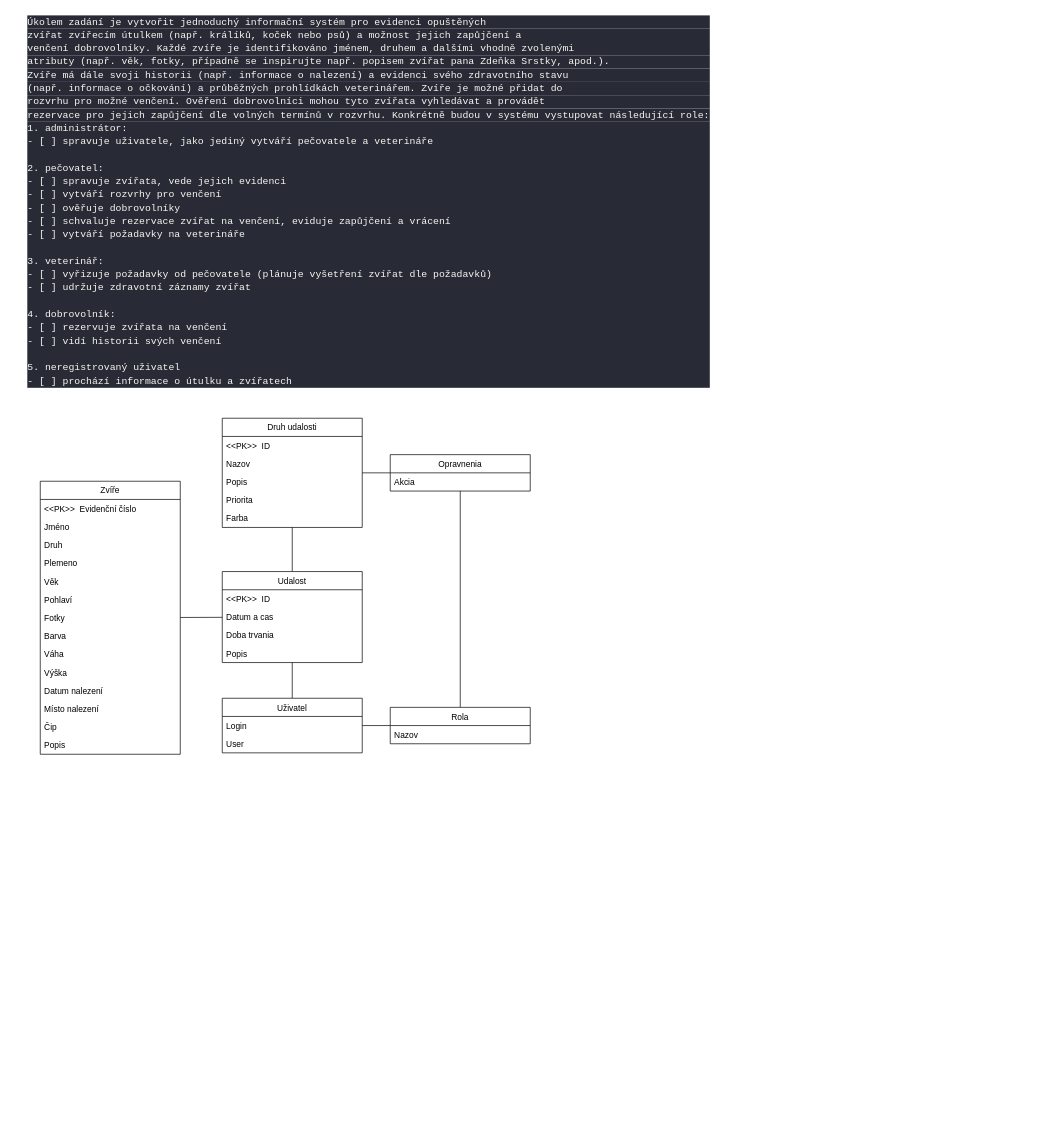
solumath/IIS-Zvireci-utulek keeps this draw.io diagram as db.drawio. Above is the earlier version. Source tidied: cells renumbered, new cells numbered last; positions are measured from the earlier drawing's top-left corner, leaving out a move shared by most shapes. Both pictures are drawn from the tidied source at 70%, with x=0, y=0 at pixel (26, 12).
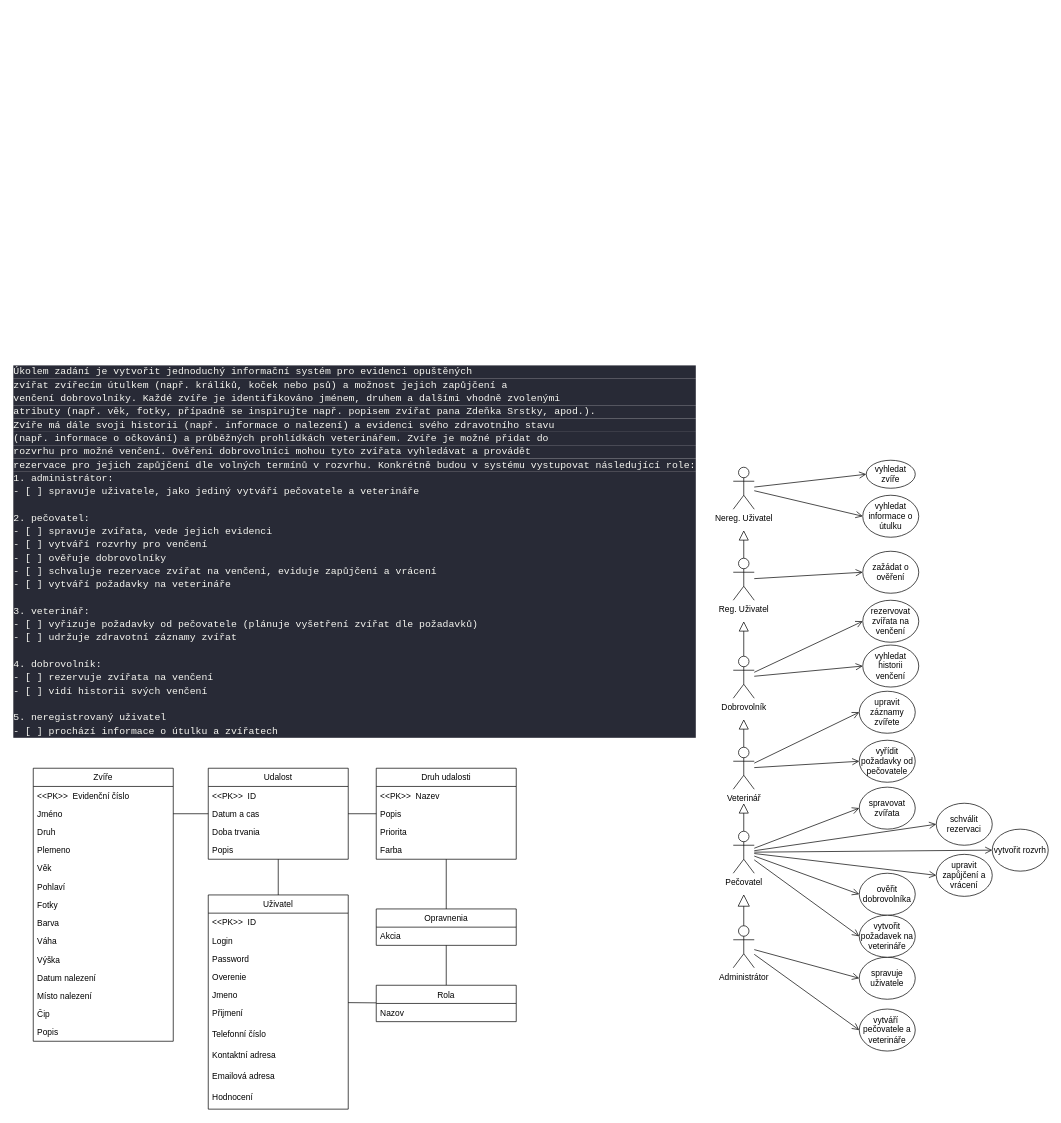
After the change.

Commit message:
add use case, edit ER

The change refers to these unchanged cells:
```xml
<mxCell id="5" value="Jméno" style="text;strokeColor=none;fillColor=none;align=left;verticalAlign=top;spacingLeft=4;spacingRight=4;overflow=hidden;points=[[0,0.5],[1,0.5]];portConstraint=eastwest;" parent="3" vertex="1">
  <mxGeometry y="52" width="200" height="26" as="geometry" />
</mxCell>
```

Change to the diagram source:
```diff
@@
     <mxCell id="2" value="&lt;div style=&quot;color: rgb(248 , 248 , 242) ; background-color: rgb(40 , 42 , 54) ; font-family: &amp;#34;consolas&amp;#34; , &amp;#34;courier new&amp;#34; , monospace , &amp;#34;droid sans mono&amp;#34; , &amp;#34;monospace&amp;#34; , monospace ; font-size: 14px ; line-height: 19px&quot;&gt;Úkolem zadání je vytvořit jednoduchý informační systém pro evidenci opuštěných&amp;nbsp;&lt;/div&gt;&lt;div style=&quot;color: rgb(248 , 248 , 242) ; background-color: rgb(40 , 42 , 54) ; font-family: &amp;#34;consolas&amp;#34; , &amp;#34;courier new&amp;#34; , monospace , &amp;#34;droid sans mono&amp;#34; , &amp;#34;monospace&amp;#34; , monospace ; font-size: 14px ; line-height: 19px&quot;&gt;zvířat zvířecím útulkem (např. králíků, koček nebo psů) a možnost jejich zapůjčení a&amp;nbsp;&lt;/div&gt;&lt;div style=&quot;color: rgb(248 , 248 , 242) ; background-color: rgb(40 , 42 , 54) ; font-family: &amp;#34;consolas&amp;#34; , &amp;#34;courier new&amp;#34; , monospace , &amp;#34;droid sans mono&amp;#34; , &amp;#34;monospace&amp;#34; , monospace ; font-size: 14px ; line-height: 19px&quot;&gt;venčení dobrovolníky. Každé zvíře je identifikováno jménem, druhem a dalšími vhodně zvolenými&amp;nbsp;&lt;/div&gt;&lt;div style=&quot;color: rgb(248 , 248 , 242) ; background-color: rgb(40 , 42 , 54) ; font-family: &amp;#34;consolas&amp;#34; , &amp;#34;courier new&amp;#34; , monospace , &amp;#34;droid sans mono&amp;#34; , &amp;#34;monospace&amp;#34; , monospace ; font-size: 14px ; line-height: 19px&quot;&gt;atributy (např. věk, fotky, případně se inspirujte např. popisem zvířat pana Zdeňka Srstky, apod.).&amp;nbsp;&lt;/div&gt;&lt;div style=&quot;color: rgb(248 , 248 , 242) ; background-color: rgb(40 , 42 , 54) ; font-family: &amp;#34;consolas&amp;#34; , &amp;#34;courier new&amp;#34; , monospace , &amp;#34;droid sans mono&amp;#34; , &amp;#34;monospace&amp;#34; , monospace ; font-size: 14px ; line-height: 19px&quot;&gt;Zvíře má dále svoji historii (např. informace o nalezení) a evidenci svého zdravotního stavu&amp;nbsp;&lt;/div&gt;&lt;div style=&quot;color: rgb(248 , 248 , 242) ; background-color: rgb(40 , 42 , 54) ; font-family: &amp;#34;consolas&amp;#34; , &amp;#34;courier new&amp;#34; , monospace , &amp;#34;droid sans mono&amp;#34; , &amp;#34;monospace&amp;#34; , monospace ; font-size: 14px ; line-height: 19px&quot;&gt;(např. informace o očkování) a průběžných prohlídkách veterinářem. Zvíře je možné přidat do&amp;nbsp;&lt;/div&gt;&lt;div style=&quot;color: rgb(248 , 248 , 242) ; background-color: rgb(40 , 42 , 54) ; font-family: &amp;#34;consolas&amp;#34; , &amp;#34;courier new&amp;#34; , monospace , &amp;#34;droid sans mono&amp;#34; , &amp;#34;monospace&amp;#34; , monospace ; font-size: 14px ; line-height: 19px&quot;&gt;rozvrhu pro možné venčení. Ověření dobrovolníci mohou tyto zvířata vyhledávat a provádět&amp;nbsp;&lt;/div&gt;&lt;div style=&quot;color: rgb(248 , 248 , 242) ; background-color: rgb(40 , 42 , 54) ; font-family: &amp;#34;consolas&amp;#34; , &amp;#34;courier new&amp;#34; , monospace , &amp;#34;droid sans mono&amp;#34; , &amp;#34;monospace&amp;#34; , monospace ; font-size: 14px ; line-height: 19px&quot;&gt;rezervace pro jejich zapůjčení dle volných termínů v rozvrhu. Konkrétně budou v systému vystupovat následující role:&lt;/div&gt;&lt;div style=&quot;color: rgb(248 , 248 , 242) ; background-color: rgb(40 , 42 , 54) ; font-family: &amp;#34;consolas&amp;#34; , &amp;#34;courier new&amp;#34; , monospace , &amp;#34;droid sans mono&amp;#34; , &amp;#34;monospace&amp;#34; , monospace ; font-size: 14px ; line-height: 19px&quot;&gt;&lt;div style=&quot;font-family: &amp;#34;consolas&amp;#34; , &amp;#34;courier new&amp;#34; , monospace , &amp;#34;droid sans mono&amp;#34; , &amp;#34;monospace&amp;#34; , monospace ; line-height: 19px&quot;&gt;&lt;div&gt;1. administrátor:&lt;/div&gt;&lt;div&gt;    - [ ] spravuje uživatele, jako jediný vytváří pečovatele a veterináře&lt;/div&gt;&lt;br&gt;&lt;div&gt;2. pečovatel:&lt;/div&gt;&lt;div&gt;    - [ ] spravuje zvířata, vede jejich evidenci&lt;/div&gt;&lt;div&gt;    - [ ] vytváří rozvrhy pro venčení&lt;/div&gt;&lt;div&gt;    - [ ] ověřuje dobrovolníky&lt;/div&gt;&lt;div&gt;    - [ ] schvaluje rezervace zvířat na venčení, eviduje zapůjčení a vrácení&lt;/div&gt;&lt;div&gt;    - [ ] vytváří požadavky na veterináře&lt;/div&gt;&lt;br&gt;&lt;div&gt;3. veterinář:&lt;/div&gt;&lt;div&gt;    - [ ] vyřizuje požadavky od pečovatele (plánuje vyšetření zvířat dle požadavků)&lt;/div&gt;&lt;div&gt;    - [ ] udržuje zdravotní záznamy zvířat&lt;/div&gt;&lt;br&gt;&lt;div&gt;4. dobrovolník:&lt;/div&gt;&lt;div&gt;    - [ ] rezervuje zvířata na venčení&lt;/div&gt;&lt;div&gt;    - [ ] vidí historii svých venčení&lt;/div&gt;&lt;br&gt;&lt;div&gt;5. neregistrovaný uživatel&lt;/div&gt;&lt;div&gt;    - [ ] prochází informace o útulku a zvířatech&lt;/div&gt;&lt;/div&gt;&lt;/div&gt;" style="text;html=1;align=left;verticalAlign=middle;strokeColor=none;fillColor=none;" parent="1" vertex="1">
-      <mxGeometry width="910" height="540" as="geometry" />
+      <mxGeometry x="-20" y="500" width="910" height="540" as="geometry" />
     </mxCell>
     <mxCell id="3" value="Zvíře" style="swimlane;fontStyle=0;horizontal=1;startSize=26;" parent="1" vertex="1">
-      <mxGeometry x="20" y="670" width="200" height="390" as="geometry" />
+      <mxGeometry x="10" y="1080" width="200" height="390" as="geometry" />
     </mxCell>
@@
     <mxCell id="20" value="Uživatel" style="swimlane;fontStyle=0;horizontal=1;startSize=26;" parent="1" vertex="1">
-      <mxGeometry x="280" y="980" width="200" height="78" as="geometry" />
+      <mxGeometry x="260" y="1261" width="200" height="306" as="geometry" />
     </mxCell>
+    <mxCell id="46" value="&lt;&lt;PK&gt;&gt;  ID" style="text;strokeColor=none;fillColor=none;align=left;verticalAlign=top;spacingLeft=4;spacingRight=4;overflow=hidden;" parent="20" vertex="1">
+      <mxGeometry y="26" width="200" height="26" as="geometry" />
+    </mxCell>
     <mxCell id="21" value="Login" style="text;strokeColor=none;fillColor=none;align=left;verticalAlign=top;spacingLeft=4;spacingRight=4;overflow=hidden;" parent="20" vertex="1">
-      <mxGeometry y="26" width="200" height="26" as="geometry" />
+      <mxGeometry y="52" width="200" height="26" as="geometry" />
     </mxCell>
-    <mxCell id="22" value="User" style="text;strokeColor=none;fillColor=none;align=left;verticalAlign=top;spacingLeft=4;spacingRight=4;overflow=hidden;" parent="20" vertex="1">
-      <mxGeometry y="52" width="200" height="26" as="geometry" />
+    <mxCell id="22" value="Password" style="text;strokeColor=none;fillColor=none;align=left;verticalAlign=top;spacingLeft=4;spacingRight=4;overflow=hidden;" parent="20" vertex="1">
+      <mxGeometry y="78" width="200" height="26" as="geometry" />
     </mxCell>
+    <mxCell id="47" value="Overenie" style="text;strokeColor=none;fillColor=none;align=left;verticalAlign=top;spacingLeft=4;spacingRight=4;overflow=hidden;" parent="20" vertex="1">
+      <mxGeometry y="104" width="200" height="26" as="geometry" />
+    </mxCell>
+    <mxCell id="48" value="Jmeno" style="text;strokeColor=none;fillColor=none;align=left;verticalAlign=top;spacingLeft=4;spacingRight=4;overflow=hidden;" parent="20" vertex="1">
+      <mxGeometry y="130" width="200" height="26" as="geometry" />
+    </mxCell>
+    <mxCell id="49" value="Přijmení" style="text;strokeColor=none;fillColor=none;align=left;verticalAlign=top;spacingLeft=4;spacingRight=4;overflow=hidden;" parent="20" vertex="1">
+      <mxGeometry y="156" width="200" height="30" as="geometry" />
+    </mxCell>
+    <mxCell id="50" value="Telefonní číslo" style="text;strokeColor=none;fillColor=none;align=left;verticalAlign=top;spacingLeft=4;spacingRight=4;overflow=hidden;" parent="20" vertex="1">
+      <mxGeometry y="186" width="200" height="30" as="geometry" />
+    </mxCell>
+    <mxCell id="51" value="Kontaktní adresa" style="text;strokeColor=none;fillColor=none;align=left;verticalAlign=top;spacingLeft=4;spacingRight=4;overflow=hidden;" parent="20" vertex="1">
+      <mxGeometry y="216" width="200" height="30" as="geometry" />
+    </mxCell>
+    <mxCell id="52" value="Emailová adresa" style="text;strokeColor=none;fillColor=none;align=left;verticalAlign=top;spacingLeft=4;spacingRight=4;overflow=hidden;" parent="20" vertex="1">
+      <mxGeometry y="246" width="200" height="30" as="geometry" />
+    </mxCell>
+    <mxCell id="53" value="Hodnocení" style="text;strokeColor=none;fillColor=none;align=left;verticalAlign=top;spacingLeft=4;spacingRight=4;overflow=hidden;" parent="20" vertex="1">
+      <mxGeometry y="276" width="200" height="30" as="geometry" />
+    </mxCell>
-    <mxCell id="23" style="edgeStyle=none;html=1;endArrow=none;endFill=0;" parent="1" edge="1" source="25" target="3">
+    <mxCell id="23" style="edgeStyle=none;html=1;endArrow=none;endFill=0;entryX=1;entryY=0.5;entryDx=0;entryDy=0;" parent="1" edge="1" source="25" target="5">
       <mxGeometry relative="1" as="geometry" />
     </mxCell>
@@
     <mxCell id="25" value="Udalost" style="swimlane;fontStyle=0;horizontal=1;startSize=26;" parent="1" vertex="1">
-      <mxGeometry x="280" y="799" width="200" height="130" as="geometry" />
+      <mxGeometry x="260" y="1080" width="200" height="130" as="geometry" />
     </mxCell>
@@
     <mxCell id="35" value="Druh udalosti" style="swimlane;fontStyle=0;horizontal=1;startSize=26;" parent="1" vertex="1">
-      <mxGeometry x="280" y="580" width="200" height="156" as="geometry" />
+      <mxGeometry x="500" y="1080" width="200" height="130" as="geometry" />
     </mxCell>
-    <mxCell id="36" value="&lt;&lt;PK&gt;&gt;  ID" style="text;strokeColor=none;fillColor=none;align=left;verticalAlign=top;spacingLeft=4;spacingRight=4;overflow=hidden;" parent="35" vertex="1">
+    <mxCell id="36" value="&lt;&lt;PK&gt;&gt;  Nazev" style="text;strokeColor=none;fillColor=none;align=left;verticalAlign=top;spacingLeft=4;spacingRight=4;overflow=hidden;" parent="35" vertex="1">
       <mxGeometry y="26" width="200" height="26" as="geometry" />
     </mxCell>
-    <mxCell id="37" value="Nazov" style="text;strokeColor=none;fillColor=none;align=left;verticalAlign=top;spacingLeft=4;spacingRight=4;overflow=hidden;" parent="35" vertex="1">
-      <mxGeometry y="52" width="200" height="26" as="geometry" />
-    </mxCell>
     <mxCell id="38" value="Popis" style="text;strokeColor=none;fillColor=none;align=left;verticalAlign=top;spacingLeft=4;spacingRight=4;overflow=hidden;" parent="35" vertex="1">
-      <mxGeometry y="78" width="200" height="26" as="geometry" />
+      <mxGeometry y="52" width="200" height="26" as="geometry" />
     </mxCell>
     <mxCell id="39" value="Priorita" style="text;strokeColor=none;fillColor=none;align=left;verticalAlign=top;spacingLeft=4;spacingRight=4;overflow=hidden;" parent="35" vertex="1">
-      <mxGeometry y="104" width="200" height="26" as="geometry" />
+      <mxGeometry y="78" width="200" height="26" as="geometry" />
     </mxCell>
     <mxCell id="40" value="Farba" style="text;strokeColor=none;fillColor=none;align=left;verticalAlign=top;spacingLeft=4;spacingRight=4;overflow=hidden;" parent="35" vertex="1">
-      <mxGeometry y="130" width="200" height="26" as="geometry" />
+      <mxGeometry y="104" width="200" height="26" as="geometry" />
     </mxCell>
     <mxCell id="41" value="Opravnenia" style="swimlane;fontStyle=0;horizontal=1;startSize=26;" parent="1" vertex="1">
-      <mxGeometry x="520" y="632" width="200" height="52" as="geometry" />
+      <mxGeometry x="500" y="1281" width="200" height="52" as="geometry" />
     </mxCell>
@@
     <mxCell id="44" value="Rola" style="swimlane;fontStyle=0;horizontal=1;startSize=26;" parent="1" vertex="1">
-      <mxGeometry x="520" y="993" width="200" height="52" as="geometry" />
+      <mxGeometry x="500" y="1390" width="200" height="52" as="geometry" />
     </mxCell>
@@
+    <mxCell id="54" style="edgeStyle=none;html=1;entryX=0;entryY=0.5;entryDx=0;entryDy=0;endArrow=open;endFill=0;startSize=15;endSize=8;" parent="1" edge="1" source="56" target="79">
+      <mxGeometry relative="1" as="geometry" />
+    </mxCell>
+    <mxCell id="55" style="edgeStyle=none;html=1;entryX=0;entryY=0.5;entryDx=0;entryDy=0;endArrow=open;endFill=0;startSize=15;endSize=8;" parent="1" edge="1" source="56" target="80">
+      <mxGeometry relative="1" as="geometry" />
+    </mxCell>
+    <mxCell id="56" value="Administrátor" style="shape=umlActor;verticalLabelPosition=bottom;verticalAlign=top;html=1;outlineConnect=0;" parent="1" vertex="1">
+      <mxGeometry x="1010" y="1305" width="30" height="60" as="geometry" />
+    </mxCell>
+    <mxCell id="57" style="edgeStyle=none;html=1;startArrow=block;startFill=0;endArrow=none;endFill=0;startSize=15;endSize=12;strokeWidth=1;" parent="1" edge="1" target="56">
+      <mxGeometry relative="1" as="geometry">
+        <mxPoint x="1025" y="1260" as="sourcePoint" />
+      </mxGeometry>
+    </mxCell>
+    <mxCell id="58" style="edgeStyle=none;html=1;startArrow=none;startFill=0;endArrow=block;endFill=0;startSize=15;endSize=12;strokeWidth=1;" parent="1" edge="1" source="65">
+      <mxGeometry relative="1" as="geometry">
+        <mxPoint x="1025" y="1130" as="targetPoint" />
+      </mxGeometry>
+    </mxCell>
+    <mxCell id="59" style="edgeStyle=none;html=1;entryX=0;entryY=0.5;entryDx=0;entryDy=0;startArrow=none;startFill=0;endArrow=open;endFill=0;startSize=15;endSize=8;strokeWidth=1;" parent="1" edge="1" source="65" target="93">
+      <mxGeometry relative="1" as="geometry" />
+    </mxCell>
+    <mxCell id="60" style="edgeStyle=none;html=1;entryX=0;entryY=0.5;entryDx=0;entryDy=0;startArrow=none;startFill=0;endArrow=open;endFill=0;startSize=15;endSize=8;strokeWidth=1;" parent="1" edge="1" source="65" target="89">
+      <mxGeometry relative="1" as="geometry" />
+    </mxCell>
+    <mxCell id="61" style="edgeStyle=none;html=1;entryX=0;entryY=0.5;entryDx=0;entryDy=0;startArrow=none;startFill=0;endArrow=open;endFill=0;startSize=15;endSize=8;strokeWidth=1;" parent="1" edge="1" source="65" target="90">
+      <mxGeometry relative="1" as="geometry" />
+    </mxCell>
+    <mxCell id="62" style="edgeStyle=none;html=1;entryX=0;entryY=0.5;entryDx=0;entryDy=0;startArrow=none;startFill=0;endArrow=open;endFill=0;startSize=15;endSize=8;strokeWidth=1;" parent="1" edge="1" source="65" target="91">
+      <mxGeometry relative="1" as="geometry" />
+    </mxCell>
+    <mxCell id="63" style="edgeStyle=none;html=1;entryX=0;entryY=0.5;entryDx=0;entryDy=0;startArrow=none;startFill=0;endArrow=open;endFill=0;startSize=15;endSize=8;strokeWidth=1;" parent="1" edge="1" source="65" target="94">
+      <mxGeometry relative="1" as="geometry" />
+    </mxCell>
+    <mxCell id="64" style="edgeStyle=none;html=1;entryX=0;entryY=0.5;entryDx=0;entryDy=0;startArrow=none;startFill=0;endArrow=open;endFill=0;startSize=15;endSize=8;strokeWidth=1;" parent="1" edge="1" source="65" target="92">
+      <mxGeometry relative="1" as="geometry" />
+    </mxCell>
+    <mxCell id="65" value="Pečovatel" style="shape=umlActor;verticalLabelPosition=bottom;verticalAlign=top;html=1;outlineConnect=0;" parent="1" vertex="1">
+      <mxGeometry x="1010" y="1170" width="30" height="60" as="geometry" />
+    </mxCell>
+    <mxCell id="66" style="edgeStyle=none;html=1;startArrow=none;startFill=0;endArrow=block;endFill=0;startSize=15;endSize=12;strokeWidth=1;" parent="1" edge="1" source="69">
+      <mxGeometry relative="1" as="geometry">
+        <mxPoint x="1025" y="1010" as="targetPoint" />
+      </mxGeometry>
+    </mxCell>
+    <mxCell id="67" style="edgeStyle=none;html=1;entryX=0;entryY=0.5;entryDx=0;entryDy=0;startArrow=none;startFill=0;endArrow=open;endFill=0;startSize=15;endSize=8;strokeWidth=1;" parent="1" edge="1" source="69" target="87">
+      <mxGeometry relative="1" as="geometry" />
+    </mxCell>
+    <mxCell id="68" style="edgeStyle=none;html=1;entryX=0;entryY=0.5;entryDx=0;entryDy=0;startArrow=none;startFill=0;endArrow=open;endFill=0;startSize=15;endSize=8;strokeWidth=1;" parent="1" edge="1" source="69" target="88">
+      <mxGeometry relative="1" as="geometry" />
+    </mxCell>
+    <mxCell id="69" value="Veterinář" style="shape=umlActor;verticalLabelPosition=bottom;verticalAlign=top;html=1;outlineConnect=0;" parent="1" vertex="1">
+      <mxGeometry x="1010" y="1050" width="30" height="60" as="geometry" />
+    </mxCell>
+    <mxCell id="70" style="edgeStyle=none;html=1;startArrow=none;startFill=0;endArrow=block;endFill=0;startSize=15;endSize=12;strokeWidth=1;" parent="1" edge="1" source="73">
+      <mxGeometry relative="1" as="geometry">
+        <mxPoint x="1025" y="870" as="targetPoint" />
+      </mxGeometry>
+    </mxCell>
+    <mxCell id="71" style="edgeStyle=none;html=1;entryX=0;entryY=0.5;entryDx=0;entryDy=0;startArrow=none;startFill=0;endArrow=open;endFill=0;startSize=15;endSize=8;strokeWidth=1;" parent="1" edge="1" source="73" target="85">
+      <mxGeometry relative="1" as="geometry" />
+    </mxCell>
+    <mxCell id="72" style="edgeStyle=none;html=1;entryX=0;entryY=0.5;entryDx=0;entryDy=0;startArrow=none;startFill=0;endArrow=open;endFill=0;startSize=15;endSize=8;strokeWidth=1;" parent="1" edge="1" source="73" target="86">
+      <mxGeometry relative="1" as="geometry" />
+    </mxCell>
+    <mxCell id="73" value="Dobrovolník" style="shape=umlActor;verticalLabelPosition=bottom;verticalAlign=top;html=1;outlineConnect=0;" parent="1" vertex="1">
+      <mxGeometry x="1010" y="920" width="30" height="60" as="geometry" />
+    </mxCell>
+    <mxCell id="74" style="edgeStyle=none;html=1;entryX=0;entryY=0.5;entryDx=0;entryDy=0;startArrow=none;startFill=0;endArrow=open;endFill=0;startSize=15;endSize=8;strokeWidth=1;" parent="1" edge="1" source="76" target="77">
+      <mxGeometry relative="1" as="geometry" />
+    </mxCell>
+    <mxCell id="75" style="edgeStyle=none;html=1;entryX=0;entryY=0.5;entryDx=0;entryDy=0;startArrow=none;startFill=0;endArrow=open;endFill=0;startSize=15;endSize=8;strokeWidth=1;" parent="1" edge="1" source="76" target="78">
+      <mxGeometry relative="1" as="geometry" />
+    </mxCell>
+    <mxCell id="76" value="Nereg. Uživatel" style="shape=umlActor;verticalLabelPosition=bottom;verticalAlign=top;html=1;outlineConnect=0;" parent="1" vertex="1">
+      <mxGeometry x="1010" y="650" width="30" height="60" as="geometry" />
+    </mxCell>
+    <mxCell id="77" value="vyhledat zvíře" style="ellipse;whiteSpace=wrap;html=1;" parent="1" vertex="1">
+      <mxGeometry x="1200" y="640" width="70" height="40" as="geometry" />
+    </mxCell>
+    <mxCell id="78" value="vyhledat informace o útulku" style="ellipse;whiteSpace=wrap;html=1;" parent="1" vertex="1">
+      <mxGeometry x="1195" y="690" width="80" height="60" as="geometry" />
+    </mxCell>
+    <mxCell id="79" value="spravuje uživatele" style="ellipse;whiteSpace=wrap;html=1;" parent="1" vertex="1">
+      <mxGeometry x="1190" y="1350" width="80" height="60" as="geometry" />
+    </mxCell>
+    <mxCell id="80" value="vytváří&amp;nbsp; pečovatele a veterináře" style="ellipse;whiteSpace=wrap;html=1;" parent="1" vertex="1">
+      <mxGeometry x="1190" y="1424" width="80" height="60" as="geometry" />
+    </mxCell>
+    <mxCell id="81" style="edgeStyle=none;html=1;startArrow=none;startFill=0;endArrow=block;endFill=0;startSize=15;endSize=12;strokeWidth=1;" parent="1" edge="1" source="83">
+      <mxGeometry relative="1" as="geometry">
+        <mxPoint x="1025" y="740" as="targetPoint" />
+      </mxGeometry>
+    </mxCell>
+    <mxCell id="82" style="edgeStyle=none;html=1;entryX=0;entryY=0.5;entryDx=0;entryDy=0;startArrow=none;startFill=0;endArrow=open;endFill=0;startSize=15;endSize=8;strokeWidth=1;" parent="1" edge="1" source="83" target="84">
+      <mxGeometry relative="1" as="geometry" />
+    </mxCell>
+    <mxCell id="83" value="Reg. Uživatel" style="shape=umlActor;verticalLabelPosition=bottom;verticalAlign=top;html=1;outlineConnect=0;" parent="1" vertex="1">
+      <mxGeometry x="1010" y="780" width="30" height="60" as="geometry" />
+    </mxCell>
+    <mxCell id="84" value="zažádat o ověření" style="ellipse;whiteSpace=wrap;html=1;" parent="1" vertex="1">
+      <mxGeometry x="1195" y="770" width="80" height="60" as="geometry" />
+    </mxCell>
+    <mxCell id="85" value="rezervovat zvířata na venčení" style="ellipse;whiteSpace=wrap;html=1;" parent="1" vertex="1">
+      <mxGeometry x="1195" y="840" width="80" height="60" as="geometry" />
+    </mxCell>
+    <mxCell id="86" value="vyhledat historii venčení" style="ellipse;whiteSpace=wrap;html=1;" parent="1" vertex="1">
+      <mxGeometry x="1195" y="904" width="80" height="60" as="geometry" />
+    </mxCell>
+    <mxCell id="87" value="upravit záznamy zvířete" style="ellipse;whiteSpace=wrap;html=1;" parent="1" vertex="1">
+      <mxGeometry x="1190" y="970" width="80" height="60" as="geometry" />
+    </mxCell>
+    <mxCell id="88" value="vyřídit požadavky od pečovatele" style="ellipse;whiteSpace=wrap;html=1;" parent="1" vertex="1">
+      <mxGeometry x="1190" y="1040" width="80" height="60" as="geometry" />
+    </mxCell>
+    <mxCell id="89" value="spravovat zvířata" style="ellipse;whiteSpace=wrap;html=1;" parent="1" vertex="1">
+      <mxGeometry x="1190" y="1107" width="80" height="60" as="geometry" />
+    </mxCell>
+    <mxCell id="90" value="vytvořit rozvrh" style="ellipse;whiteSpace=wrap;html=1;" parent="1" vertex="1">
+      <mxGeometry x="1380" y="1167" width="80" height="60" as="geometry" />
+    </mxCell>
+    <mxCell id="91" value="ověřit dobrovolníka" style="ellipse;whiteSpace=wrap;html=1;" parent="1" vertex="1">
+      <mxGeometry x="1190" y="1230" width="80" height="60" as="geometry" />
+    </mxCell>
+    <mxCell id="92" value="vytvořit požadavek na veterináře" style="ellipse;whiteSpace=wrap;html=1;" parent="1" vertex="1">
+      <mxGeometry x="1190" y="1290" width="80" height="60" as="geometry" />
+    </mxCell>
+    <mxCell id="93" value="schválit rezervaci" style="ellipse;whiteSpace=wrap;html=1;" parent="1" vertex="1">
+      <mxGeometry x="1300" y="1130" width="80" height="60" as="geometry" />
+    </mxCell>
+    <mxCell id="94" value="upravit zapůjčení a vrácení" style="ellipse;whiteSpace=wrap;html=1;" parent="1" vertex="1">
+      <mxGeometry x="1300" y="1203" width="80" height="60" as="geometry" />
+    </mxCell>
```
